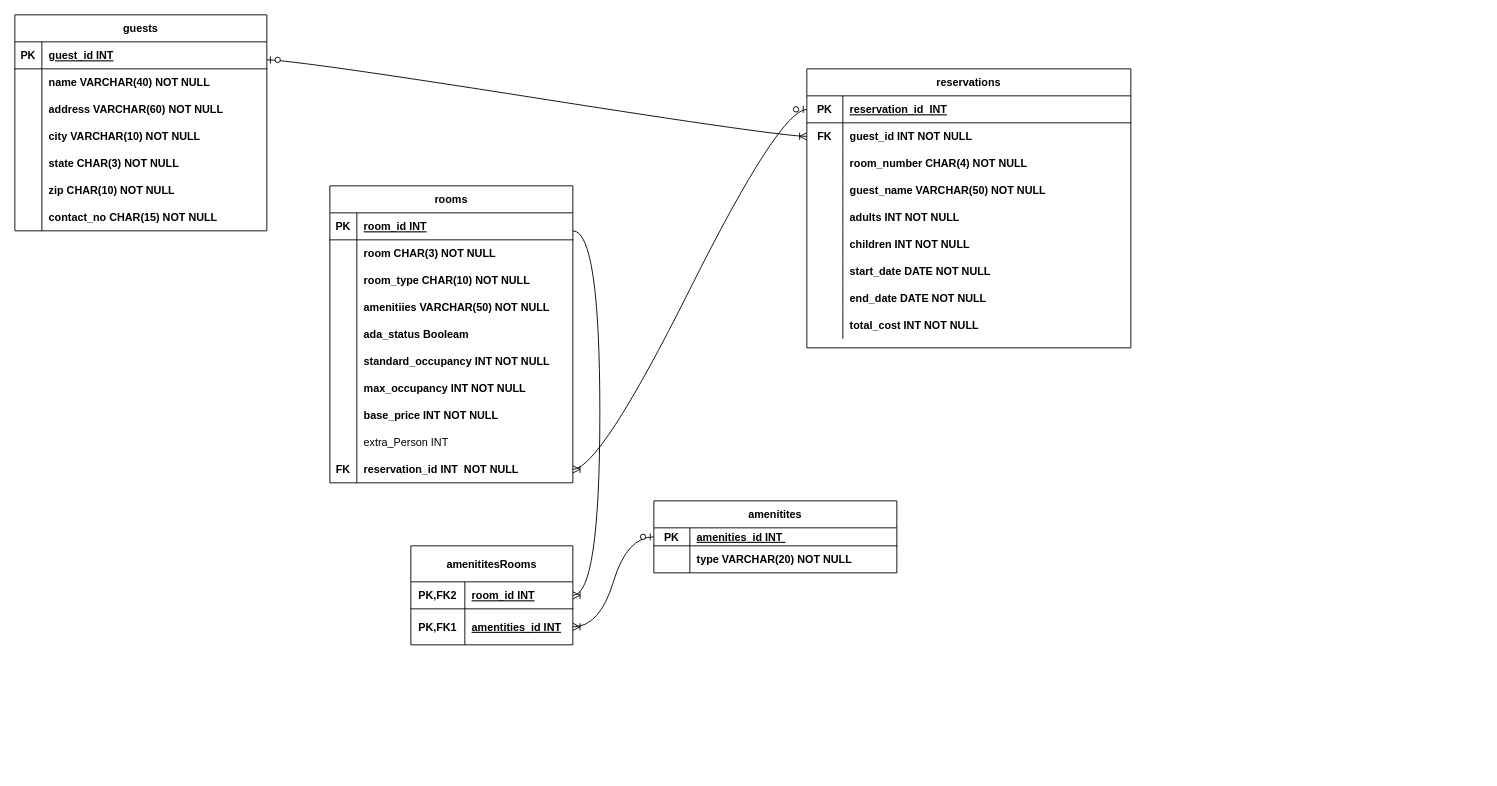
This is HotelReservation.drawio from raveen112/raveen-mathai-classwork, a draw.io file, before an edit. Source tidied: cells renumbered, new cells numbered last; positions are measured from the earlier drawing's top-left corner, leaving out a move shared by most shapes. Both pictures are drawn from the tidied source at 90%, with x=0, y=0 at pixel (14, 14).
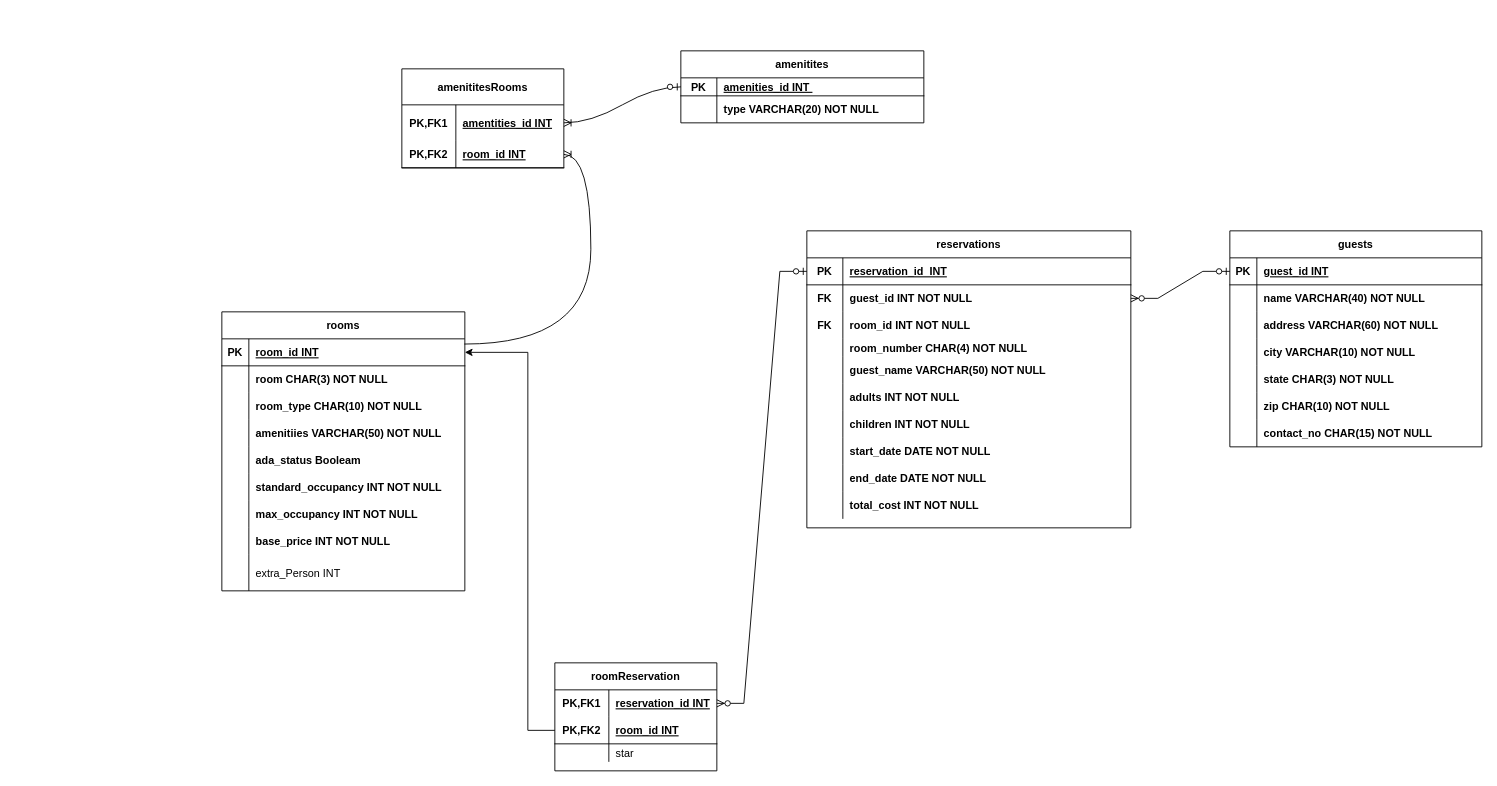
After the change.

Unchanged cells that the change refers to:
```xml
<mxCell id="3" style="shape=tableRow;horizontal=0;startSize=0;swimlaneHead=0;swimlaneBody=0;fillColor=none;points=[[0,0.5],[1,0.5]];portConstraint=eastwest;top=0;left=0;right=0;bottom=1;" parent="2" vertex="1">
  <mxGeometry y="30" width="360" height="30" as="geometry" />
</mxCell>
<mxCell id="6" style="shape=tableRow;horizontal=0;startSize=0;swimlaneHead=0;swimlaneBody=0;fillColor=none;points=[[0,0.5],[1,0.5]];portConstraint=eastwest;top=0;left=0;right=0;bottom=0;" parent="2" vertex="1">
  <mxGeometry y="60" width="360" height="30" as="geometry" />
</mxCell>
<mxCell id="9" style="shape=tableRow;horizontal=0;startSize=0;swimlaneHead=0;swimlaneBody=0;fillColor=none;top=0;left=0;right=0;bottom=0;" parent="2" vertex="1">
  <mxGeometry y="90" width="360" height="30" as="geometry" />
</mxCell>
<mxCell id="31" style="shape=tableRow;horizontal=0;startSize=0;swimlaneHead=0;swimlaneBody=0;fillColor=none;points=[[0,0.5],[1,0.5]];portConstraint=eastwest;top=0;left=0;right=0;bottom=1;" parent="30" vertex="1">
  <mxGeometry y="30" width="270" height="30" as="geometry" />
</mxCell>
<mxCell id="62" style="shape=tableRow;horizontal=0;startSize=0;swimlaneHead=0;swimlaneBody=0;fillColor=none;points=[[0,0.5],[1,0.5]];portConstraint=eastwest;top=0;left=0;right=0;bottom=1;" parent="61" vertex="1">
  <mxGeometry y="30" width="280" height="30" as="geometry" />
</mxCell>
```

What changed in the source:
```diff
@@
     <mxCell id="2" value="reservations" style="shape=table;startSize=30;childLayout=tableLayout;rowLines=0;fontStyle=1;align=center;" parent="1" vertex="1">
-      <mxGeometry x="880" y="60" width="360" height="310" as="geometry" />
+      <mxGeometry x="880" y="240" width="360" height="330" as="geometry" />
     </mxCell>
@@
-    <mxCell id="10" style="shape=partialRectangle;fillColor=none;top=0;left=0;bottom=0;right=0;overflow=hidden;" parent="9" vertex="1">
+    <mxCell id="10" value="FK" style="shape=partialRectangle;fillColor=none;top=0;left=0;bottom=0;right=0;overflow=hidden;fontStyle=1;" parent="9" vertex="1">
       <mxGeometry width="40" height="30" as="geometry" />
     </mxCell>
-    <mxCell id="11" value="room_number CHAR(4) NOT NULL" style="shape=partialRectangle;fillColor=none;top=0;left=0;bottom=0;right=0;align=left;spacingLeft=6;overflow=hidden;fontStyle=1;" parent="9" vertex="1">
+    <mxCell id="11" value="room_id INT NOT NULL" style="shape=partialRectangle;fillColor=none;top=0;left=0;bottom=0;right=0;align=left;spacingLeft=6;overflow=hidden;fontStyle=1;" parent="9" vertex="1">
       <mxGeometry x="40" width="320" height="30" as="geometry" />
     </mxCell>
+    <mxCell id="101" style="shape=tableRow;horizontal=0;startSize=0;swimlaneHead=0;swimlaneBody=0;fillColor=none;top=0;left=0;right=0;bottom=0;" parent="2" vertex="1">
+      <mxGeometry y="120" width="360" height="20" as="geometry" />
+    </mxCell>
+    <mxCell id="102" style="shape=partialRectangle;fillColor=none;top=0;left=0;bottom=0;right=0;overflow=hidden;" parent="101" vertex="1">
+      <mxGeometry width="40" height="20" as="geometry" />
+    </mxCell>
+    <mxCell id="103" value="room_number CHAR(4) NOT NULL" style="shape=partialRectangle;fillColor=none;top=0;left=0;bottom=0;right=0;align=left;spacingLeft=6;overflow=hidden;fontStyle=1;" parent="101" vertex="1">
+      <mxGeometry x="40" width="320" height="20" as="geometry" />
+    </mxCell>
     <mxCell id="12" style="shape=tableRow;horizontal=0;startSize=0;swimlaneHead=0;swimlaneBody=0;fillColor=none;top=0;left=0;right=0;bottom=0;" parent="2" vertex="1">
-      <mxGeometry y="120" width="360" height="30" as="geometry" />
+      <mxGeometry y="140" width="360" height="30" as="geometry" />
     </mxCell>
@@
     <mxCell id="15" style="shape=tableRow;horizontal=0;startSize=0;swimlaneHead=0;swimlaneBody=0;fillColor=none;top=0;left=0;right=0;bottom=0;" parent="2" vertex="1">
-      <mxGeometry y="150" width="360" height="30" as="geometry" />
+      <mxGeometry y="170" width="360" height="30" as="geometry" />
     </mxCell>
@@
     <mxCell id="18" style="shape=tableRow;horizontal=0;startSize=0;swimlaneHead=0;swimlaneBody=0;fillColor=none;top=0;left=0;right=0;bottom=0;" parent="2" vertex="1">
-      <mxGeometry y="180" width="360" height="30" as="geometry" />
+      <mxGeometry y="200" width="360" height="30" as="geometry" />
     </mxCell>
@@
     <mxCell id="21" style="shape=tableRow;horizontal=0;startSize=0;swimlaneHead=0;swimlaneBody=0;fillColor=none;top=0;left=0;right=0;bottom=0;" parent="2" vertex="1">
-      <mxGeometry y="210" width="360" height="30" as="geometry" />
+      <mxGeometry y="230" width="360" height="30" as="geometry" />
     </mxCell>
@@
     <mxCell id="24" style="shape=tableRow;horizontal=0;startSize=0;swimlaneHead=0;swimlaneBody=0;fillColor=none;top=0;left=0;right=0;bottom=0;" parent="2" vertex="1">
-      <mxGeometry y="240" width="360" height="30" as="geometry" />
+      <mxGeometry y="260" width="360" height="30" as="geometry" />
     </mxCell>
@@
     <mxCell id="27" style="shape=tableRow;horizontal=0;startSize=0;swimlaneHead=0;swimlaneBody=0;fillColor=none;top=0;left=0;right=0;bottom=0;" parent="2" vertex="1">
-      <mxGeometry y="270" width="360" height="30" as="geometry" />
+      <mxGeometry y="290" width="360" height="30" as="geometry" />
     </mxCell>
@@
     <mxCell id="30" value="rooms" style="shape=table;startSize=30;childLayout=tableLayout;rowLines=0;fontStyle=1;align=center;" parent="1" vertex="1">
-      <mxGeometry x="350" y="190" width="270" height="330" as="geometry" />
+      <mxGeometry x="230" y="330" width="270" height="310" as="geometry" />
     </mxCell>
@@
     <mxCell id="55" style="shape=tableRow;horizontal=0;startSize=0;swimlaneHead=0;swimlaneBody=0;fillColor=none;top=0;left=0;right=0;bottom=0;" parent="30" vertex="1">
-      <mxGeometry y="270" width="270" height="30" as="geometry" />
+      <mxGeometry y="270" width="270" height="40" as="geometry" />
     </mxCell>
     <mxCell id="56" style="shape=partialRectangle;fillColor=none;top=0;left=0;bottom=0;right=0;overflow=hidden;" parent="55" vertex="1">
-      <mxGeometry width="30" height="30" as="geometry" />
+      <mxGeometry width="30" height="40" as="geometry" />
     </mxCell>
     <mxCell id="57" value="extra_Person INT" style="shape=partialRectangle;fillColor=none;top=0;left=0;bottom=0;right=0;align=left;spacingLeft=6;overflow=hidden;fontStyle=0;" parent="55" vertex="1">
-      <mxGeometry x="30" width="240" height="30" as="geometry" />
+      <mxGeometry x="30" width="240" height="40" as="geometry" />
     </mxCell>
-    <mxCell id="58" style="shape=tableRow;horizontal=0;startSize=0;swimlaneHead=0;swimlaneBody=0;fillColor=none;points=[[0,0.5],[1,0.5]];portConstraint=eastwest;top=0;left=0;right=0;bottom=0;" parent="30" vertex="1">
-      <mxGeometry y="300" width="270" height="30" as="geometry" />
-    </mxCell>
-    <mxCell id="59" value="FK" style="shape=partialRectangle;fillColor=none;top=0;left=0;bottom=0;right=0;overflow=hidden;fontStyle=1;" parent="58" vertex="1">
-      <mxGeometry width="30" height="30" as="geometry" />
-    </mxCell>
-    <mxCell id="60" value="reservation_id INT  NOT NULL" style="shape=partialRectangle;fillColor=none;top=0;left=0;bottom=0;right=0;align=left;spacingLeft=6;overflow=hidden;fontStyle=1;" parent="58" vertex="1">
-      <mxGeometry x="30" width="240" height="30" as="geometry" />
-    </mxCell>
     <mxCell id="61" value="guests" style="shape=table;startSize=30;childLayout=tableLayout;rowLines=0;fontStyle=1;align=center;" parent="1" vertex="1">
-      <mxGeometry width="280" height="240" as="geometry" />
+      <mxGeometry x="1350" y="240" width="280" height="240" as="geometry" />
     </mxCell>
@@
     <mxCell id="83" value="amenititesRooms" style="shape=table;startSize=40;childLayout=tableLayout;rowLines=0;fontStyle=1;align=center;" parent="1" vertex="1">
-      <mxGeometry x="440" y="590" width="180" height="110" as="geometry" />
+      <mxGeometry x="430" y="60" width="180" height="110" as="geometry" />
     </mxCell>
+    <mxCell id="87" style="shape=tableRow;horizontal=0;startSize=0;swimlaneHead=0;swimlaneBody=0;fillColor=none;points=[[0,0.5],[1,0.5]];portConstraint=eastwest;top=0;left=0;right=0;bottom=0;" parent="83" vertex="1">
+      <mxGeometry y="40" width="180" height="40" as="geometry" />
+    </mxCell>
+    <mxCell id="88" value="PK,FK1" style="shape=partialRectangle;fillColor=none;top=0;left=0;bottom=0;right=0;fontStyle=1;overflow=hidden;" parent="87" vertex="1">
+      <mxGeometry width="60" height="40" as="geometry" />
+    </mxCell>
+    <mxCell id="89" value="amentities_id INT" style="shape=partialRectangle;fillColor=none;top=0;left=0;bottom=0;right=0;align=left;spacingLeft=6;fontStyle=5;overflow=hidden;" parent="87" vertex="1">
+      <mxGeometry x="60" width="120" height="40" as="geometry" />
+    </mxCell>
     <mxCell id="84" style="shape=tableRow;horizontal=0;startSize=0;swimlaneHead=0;swimlaneBody=0;fillColor=none;points=[[0,0.5],[1,0.5]];portConstraint=eastwest;top=0;left=0;right=0;bottom=1;" parent="83" vertex="1">
-      <mxGeometry y="40" width="180" height="30" as="geometry" />
+      <mxGeometry y="80" width="180" height="30" as="geometry" />
     </mxCell>
@@
-    <mxCell id="87" style="shape=tableRow;horizontal=0;startSize=0;swimlaneHead=0;swimlaneBody=0;fillColor=none;points=[[0,0.5],[1,0.5]];portConstraint=eastwest;top=0;left=0;right=0;bottom=0;" parent="83" vertex="1">
-      <mxGeometry y="70" width="180" height="40" as="geometry" />
-    </mxCell>
-    <mxCell id="88" value="PK,FK1" style="shape=partialRectangle;fillColor=none;top=0;left=0;bottom=0;right=0;fontStyle=1;overflow=hidden;" parent="87" vertex="1">
-      <mxGeometry width="60" height="40" as="geometry" />
-    </mxCell>
-    <mxCell id="89" value="amentities_id INT" style="shape=partialRectangle;fillColor=none;top=0;left=0;bottom=0;right=0;align=left;spacingLeft=6;fontStyle=5;overflow=hidden;" parent="87" vertex="1">
-      <mxGeometry x="60" width="120" height="40" as="geometry" />
-    </mxCell>
     <mxCell id="90" value="amenitites" style="shape=table;startSize=30;childLayout=tableLayout;rowLines=0;fontStyle=1;align=center;" parent="1" vertex="1">
-      <mxGeometry x="710" y="540" width="270" height="80" as="geometry" />
+      <mxGeometry x="740" y="40" width="270" height="80" as="geometry" />
     </mxCell>
@@
-    <mxCell id="97" style="edgeStyle=entityRelationEdgeStyle;fontSize=12;html=1;endArrow=ERoneToMany;startArrow=ERzeroToOne;rounded=0;curved=1;entryX=0;entryY=0.5;entryDx=0;entryDy=0;" parent="1" edge="1" target="6">
-      <mxGeometry relative="1" as="geometry">
-        <mxPoint x="280" y="50" as="sourcePoint" />
-      </mxGeometry>
-    </mxCell>
@@
-    <mxCell id="99" style="edgeStyle=entityRelationEdgeStyle;fontSize=12;html=1;endArrow=ERoneToMany;rounded=0;curved=1;entryX=1;entryY=0.5;entryDx=0;entryDy=0;" parent="1" edge="1" target="84">
-      <mxGeometry relative="1" as="geometry">
-        <mxPoint x="620" y="240" as="sourcePoint" />
-      </mxGeometry>
+    <mxCell id="99" style="edgeStyle=entityRelationEdgeStyle;fontSize=12;html=1;endArrow=ERoneToMany;rounded=0;curved=1;exitX=0.998;exitY=0.193;exitDx=0;exitDy=0;exitPerimeter=0;" parent="1" edge="1" source="31" target="84">
+      <mxGeometry relative="1" as="geometry" />
     </mxCell>
-    <mxCell id="100" style="edgeStyle=entityRelationEdgeStyle;fontSize=12;html=1;endArrow=ERoneToMany;startArrow=ERzeroToOne;rounded=0;curved=1;entryX=1;entryY=0.5;entryDx=0;entryDy=0;exitX=0;exitY=0.5;exitDx=0;exitDy=0;" parent="1" edge="1" source="3" target="58">
-      <mxGeometry relative="1" as="geometry" />
-    </mxCell>
+    <mxCell id="104" style="edgeStyle=entityRelationEdgeStyle;fontSize=12;html=1;endArrow=ERzeroToMany;startArrow=ERzeroToOne;rounded=0;entryX=1;entryY=0.5;entryDx=0;entryDy=0;exitX=0;exitY=0.5;exitDx=0;exitDy=0;" parent="1" edge="1" source="62" target="6">
+      <mxGeometry relative="1" as="geometry" />
+    </mxCell>
+    <mxCell id="105" style="edgeStyle=entityRelationEdgeStyle;fontSize=12;html=1;endArrow=ERzeroToMany;startArrow=ERzeroToOne;rounded=0;entryX=1;entryY=0.5;entryDx=0;entryDy=0;exitX=0;exitY=0.5;exitDx=0;exitDy=0;" parent="1" edge="1" source="3" target="107">
+      <mxGeometry relative="1" as="geometry" />
+    </mxCell>
+    <mxCell id="106" value="roomReservation" style="shape=table;startSize=30;childLayout=tableLayout;rowLines=0;fontStyle=1;align=center;" parent="1" vertex="1">
+      <mxGeometry x="600" y="720" width="180" height="120" as="geometry" />
+    </mxCell>
+    <mxCell id="107" style="shape=tableRow;horizontal=0;startSize=0;swimlaneHead=0;swimlaneBody=0;fillColor=none;points=[[0,0.5],[1,0.5]];portConstraint=eastwest;top=0;left=0;right=0;bottom=0;" parent="106" vertex="1">
+      <mxGeometry y="30" width="180" height="30" as="geometry" />
+    </mxCell>
+    <mxCell id="108" value="PK,FK1" style="shape=partialRectangle;fillColor=none;top=0;left=0;bottom=0;right=0;fontStyle=1;overflow=hidden;" parent="107" vertex="1">
+      <mxGeometry width="60" height="30" as="geometry" />
+    </mxCell>
+    <mxCell id="109" value="reservation_id INT" style="shape=partialRectangle;fillColor=none;top=0;left=0;bottom=0;right=0;align=left;spacingLeft=6;fontStyle=5;overflow=hidden;" parent="107" vertex="1">
+      <mxGeometry x="60" width="120" height="30" as="geometry" />
+    </mxCell>
+    <mxCell id="110" style="shape=tableRow;horizontal=0;startSize=0;swimlaneHead=0;swimlaneBody=0;fillColor=none;points=[[0,0.5],[1,0.5]];portConstraint=eastwest;top=0;left=0;right=0;bottom=1;" parent="106" vertex="1">
+      <mxGeometry y="60" width="180" height="30" as="geometry" />
+    </mxCell>
+    <mxCell id="111" value="PK,FK2" style="shape=partialRectangle;fillColor=none;top=0;left=0;bottom=0;right=0;fontStyle=1;overflow=hidden;" parent="110" vertex="1">
+      <mxGeometry width="60" height="30" as="geometry" />
+    </mxCell>
+    <mxCell id="112" value="room_id INT" style="shape=partialRectangle;fillColor=none;top=0;left=0;bottom=0;right=0;align=left;spacingLeft=6;fontStyle=5;overflow=hidden;" parent="110" vertex="1">
+      <mxGeometry x="60" width="120" height="30" as="geometry" />
+    </mxCell>
+    <mxCell id="113" style="shape=tableRow;horizontal=0;startSize=0;swimlaneHead=0;swimlaneBody=0;fillColor=none;top=0;left=0;right=0;bottom=0;" parent="106" vertex="1">
+      <mxGeometry y="90" width="180" height="20" as="geometry" />
+    </mxCell>
+    <mxCell id="114" style="shape=partialRectangle;fillColor=none;top=0;left=0;bottom=0;right=0;overflow=hidden;" parent="113" vertex="1">
+      <mxGeometry width="60" height="20" as="geometry" />
+    </mxCell>
+    <mxCell id="115" value="star" style="shape=partialRectangle;fillColor=none;top=0;left=0;bottom=0;right=0;align=left;spacingLeft=6;overflow=hidden;" parent="113" vertex="1">
+      <mxGeometry x="60" width="120" height="20" as="geometry" />
+    </mxCell>
+    <mxCell id="116" style="edgeStyle=orthogonalEdgeStyle;rounded=0;jettySize=auto;html=1;entryX=1;entryY=0.5;entryDx=0;entryDy=0;" parent="1" edge="1" source="110" target="31">
+      <mxGeometry relative="1" as="geometry">
+        <Array as="points">
+          <mxPoint x="570" y="795" />
+          <mxPoint x="570" y="375" />
+        </Array>
+      </mxGeometry>
+    </mxCell>
```
